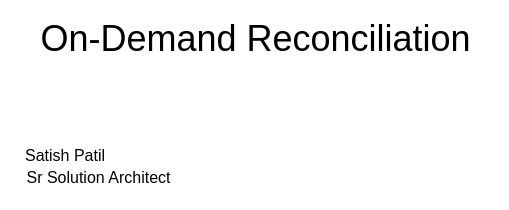
Before: page "Market" (4 of 6) of static/slides/capabilities.drawio in aws-samples/eks-blueprints-for-terraform-workshop, a draw.io diagram. Source tidied: cells renumbered, new cells numbered last; positions are measured from the earlier drawing's top-left corner, leaving out a move shared by most shapes. Both pictures are drawn from the tidied source at 100%, with x=0, y=0 at pixel (17, 23).
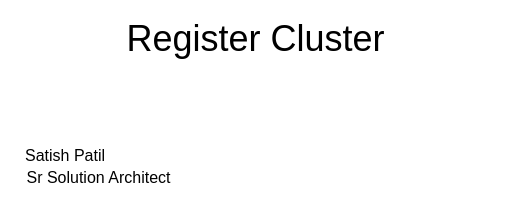
After the change.

Commit message (it also covers changes not shown here):
content register cluster

What changed in the source:
```diff
@@
 <mxGraphModel>
   <root>
     <mxCell id="0" />
     <mxCell id="1" parent="0" />
-    <mxCell id="2" value="&lt;font style=&quot;font-size: 36px;&quot;&gt;On-Demand Reconciliation&lt;/font&gt;" style="text;html=1;strokeColor=none;fillColor=none;align=center;verticalAlign=middle;whiteSpace=wrap;rounded=0;" parent="1" vertex="1">
+    <mxCell id="2" value="&lt;font style=&quot;font-size: 36px;&quot;&gt;Register Cluster&lt;/font&gt;" style="text;html=1;strokeColor=none;fillColor=none;align=center;verticalAlign=middle;whiteSpace=wrap;rounded=0;" parent="1" vertex="1">
       <mxGeometry x="2" width="473" height="30" as="geometry" />
     </mxCell>
     <mxCell id="3" value="Satish Patil" style="text;html=1;strokeColor=none;fillColor=none;align=center;verticalAlign=middle;whiteSpace=wrap;rounded=0;fontSize=16;" parent="1" vertex="1">
       <mxGeometry y="117" width="96" height="30" as="geometry" />
     </mxCell>
     <mxCell id="4" value="Sr Solution Architect" style="text;html=1;strokeColor=none;fillColor=none;align=center;verticalAlign=middle;whiteSpace=wrap;rounded=0;fontSize=16;" parent="1" vertex="1">
       <mxGeometry x="4" y="139" width="155" height="30" as="geometry" />
     </mxCell>
   </root>
 </mxGraphModel>
```
